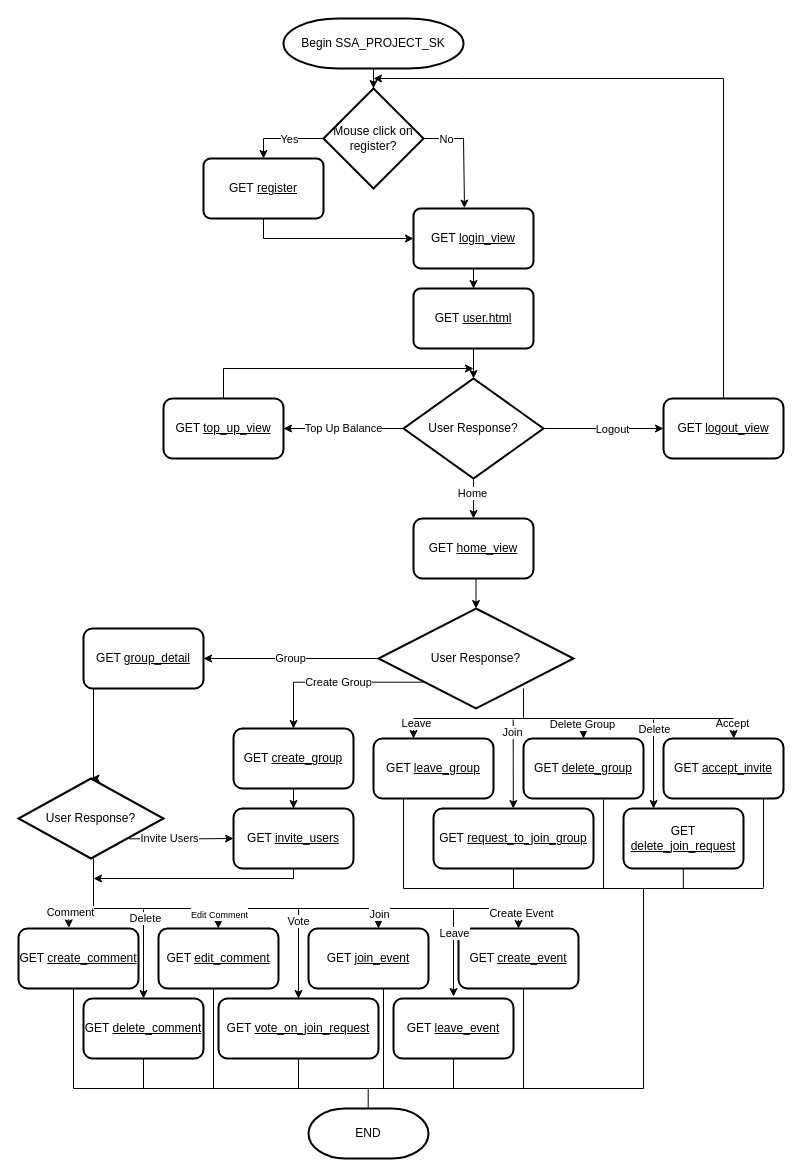
Sk-auser/ssa_project_sk keeps this draw.io diagram as page "Page-3" (3 of 3) of Algorithms.drawio. Above is the earlier version. Source tidied: cells renumbered, new cells numbered last; positions are measured from the earlier drawing's top-left corner, leaving out a move shared by most shapes. Both pictures are drawn from the tidied source at 100%, with x=0, y=0 at pixel (18, 18).
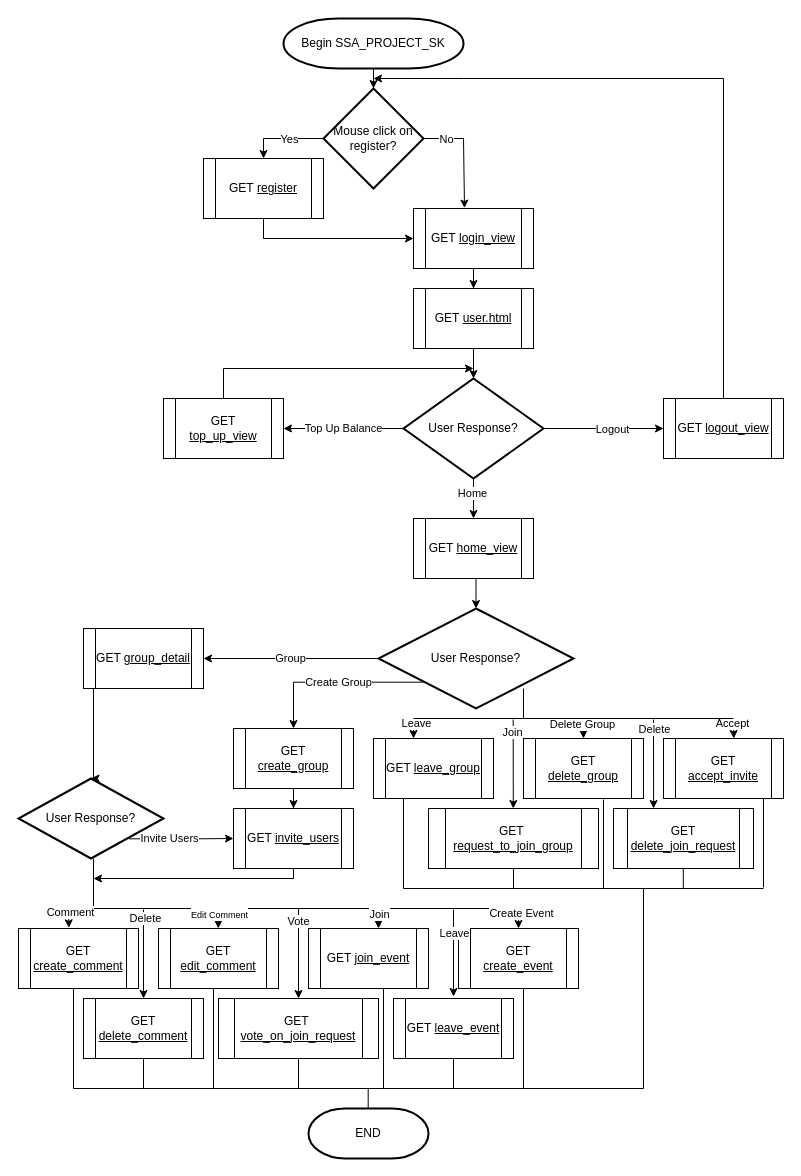
Above is the later version.

Diff of the diagram source:
```diff
@@
-    <mxCell id="7" value="GET&amp;nbsp;&lt;u&gt;register&lt;/u&gt;" style="whiteSpace=wrap;html=1;strokeWidth=2;rounded=1;arcSize=12;" parent="1" vertex="1">
+    <mxCell id="7" value="GET&amp;nbsp;&lt;u&gt;register&lt;/u&gt;" style="shape=process;whiteSpace=wrap;html=1;backgroundOutline=1;" parent="1" vertex="1">
       <mxGeometry x="185" y="140" width="120" height="60" as="geometry" />
     </mxCell>
@@
-    <mxCell id="12" value="GET&amp;nbsp;&lt;u&gt;login_view&lt;/u&gt;" style="whiteSpace=wrap;html=1;strokeWidth=2;rounded=1;arcSize=12;" parent="1" vertex="1">
+    <mxCell id="12" value="GET&amp;nbsp;&lt;u&gt;login_view&lt;/u&gt;" style="shape=process;whiteSpace=wrap;html=1;backgroundOutline=1;" parent="1" vertex="1">
       <mxGeometry x="395" y="190" width="120" height="60" as="geometry" />
     </mxCell>
@@
-    <mxCell id="14" value="GET&amp;nbsp;&lt;u&gt;user.html&lt;/u&gt;" style="whiteSpace=wrap;html=1;strokeWidth=2;rounded=1;arcSize=12;" parent="1" vertex="1">
+    <mxCell id="14" value="GET&amp;nbsp;&lt;u&gt;user.html&lt;/u&gt;" style="shape=process;whiteSpace=wrap;html=1;backgroundOutline=1;" parent="1" vertex="1">
       <mxGeometry x="395" y="270" width="120" height="60" as="geometry" />
     </mxCell>
@@
-    <mxCell id="22" value="GET &lt;u&gt;top_up_view&lt;/u&gt;" style="rounded=1;whiteSpace=wrap;html=1;strokeWidth=2;" parent="1" vertex="1">
+    <mxCell id="22" value="GET &lt;u&gt;top_up_view&lt;/u&gt;" style="shape=process;whiteSpace=wrap;html=1;backgroundOutline=1;" parent="1" vertex="1">
       <mxGeometry x="145" y="380" width="120" height="60" as="geometry" />
     </mxCell>
@@
-    <mxCell id="24" value="GET &lt;u&gt;logout_view&lt;/u&gt;" style="rounded=1;whiteSpace=wrap;html=1;strokeWidth=2;" parent="1" vertex="1">
+    <mxCell id="24" value="GET &lt;u&gt;logout_view&lt;/u&gt;" style="shape=process;whiteSpace=wrap;html=1;backgroundOutline=1;" parent="1" vertex="1">
       <mxGeometry x="645" y="380" width="120" height="60" as="geometry" />
     </mxCell>
-    <mxCell id="25" value="GET &lt;u&gt;home_view&lt;/u&gt;" style="rounded=1;whiteSpace=wrap;html=1;strokeWidth=2;" parent="1" vertex="1">
+    <mxCell id="25" value="GET &lt;u&gt;home_view&lt;/u&gt;" style="shape=process;whiteSpace=wrap;html=1;backgroundOutline=1;" parent="1" vertex="1">
       <mxGeometry x="395" y="500" width="120" height="60" as="geometry" />
     </mxCell>
@@
-    <mxCell id="31" value="GET &lt;u&gt;group_detail&lt;/u&gt;" style="rounded=1;whiteSpace=wrap;html=1;strokeWidth=2;" parent="1" vertex="1">
+    <mxCell id="31" value="GET &lt;u&gt;group_detail&lt;/u&gt;" style="shape=process;whiteSpace=wrap;html=1;backgroundOutline=1;" parent="1" vertex="1">
       <mxGeometry x="65" y="610" width="120" height="60" as="geometry" />
     </mxCell>
@@
-    <mxCell id="33" value="GET &lt;u&gt;create_group&lt;/u&gt;" style="rounded=1;whiteSpace=wrap;html=1;strokeWidth=2;" parent="1" vertex="1">
+    <mxCell id="33" value="GET &lt;u&gt;create_group&lt;/u&gt;" style="shape=process;whiteSpace=wrap;html=1;backgroundOutline=1;" parent="1" vertex="1">
       <mxGeometry x="215" y="710" width="120" height="60" as="geometry" />
     </mxCell>
-    <mxCell id="34" value="GET &lt;u&gt;delete_join_request&lt;/u&gt;" style="rounded=1;whiteSpace=wrap;html=1;strokeWidth=2;" parent="1" vertex="1">
-      <mxGeometry x="605" y="790" width="120" height="60" as="geometry" />
+    <mxCell id="34" value="GET &lt;u&gt;delete_join_request&lt;/u&gt;" style="shape=process;whiteSpace=wrap;html=1;backgroundOutline=1;" parent="1" vertex="1">
+      <mxGeometry x="595" y="790" width="140" height="60" as="geometry" />
     </mxCell>
-    <mxCell id="35" value="GET &lt;u&gt;delete_group&lt;/u&gt;" style="rounded=1;whiteSpace=wrap;html=1;strokeWidth=2;" parent="1" vertex="1">
+    <mxCell id="35" value="GET &lt;u&gt;delete_group&lt;/u&gt;" style="shape=process;whiteSpace=wrap;html=1;backgroundOutline=1;" parent="1" vertex="1">
       <mxGeometry x="505" y="720" width="120" height="60" as="geometry" />
     </mxCell>
-    <mxCell id="36" value="GET &lt;u&gt;leave_group&lt;/u&gt;" style="rounded=1;whiteSpace=wrap;html=1;strokeWidth=2;" parent="1" vertex="1">
+    <mxCell id="36" value="GET &lt;u&gt;leave_group&lt;/u&gt;" style="shape=process;whiteSpace=wrap;html=1;backgroundOutline=1;" parent="1" vertex="1">
       <mxGeometry x="355" y="720" width="120" height="60" as="geometry" />
     </mxCell>
@@
-    <mxCell id="38" value="GET &lt;u&gt;invite_users&lt;/u&gt;" style="whiteSpace=wrap;html=1;rounded=1;strokeWidth=2;" parent="1" vertex="1">
+    <mxCell id="38" value="GET &lt;u&gt;invite_users&lt;/u&gt;" style="shape=process;whiteSpace=wrap;html=1;backgroundOutline=1;" parent="1" vertex="1">
       <mxGeometry x="215" y="790" width="120" height="60" as="geometry" />
     </mxCell>
@@
-    <mxCell id="43" value="GET &lt;u&gt;create_comment&lt;/u&gt;" style="whiteSpace=wrap;html=1;rounded=1;strokeWidth=2;" parent="1" vertex="1">
+    <mxCell id="43" value="GET &lt;u&gt;create_comment&lt;/u&gt;" style="shape=process;whiteSpace=wrap;html=1;backgroundOutline=1;" parent="1" vertex="1">
       <mxGeometry y="910" width="120" height="60" as="geometry" />
     </mxCell>
-    <mxCell id="44" value="GET &lt;u&gt;create_event&lt;/u&gt;" style="whiteSpace=wrap;html=1;rounded=1;strokeWidth=2;" parent="1" vertex="1">
+    <mxCell id="44" value="GET &lt;u&gt;create_event&lt;/u&gt;" style="shape=process;whiteSpace=wrap;html=1;backgroundOutline=1;" parent="1" vertex="1">
       <mxGeometry x="440" y="910" width="120" height="60" as="geometry" />
     </mxCell>
-    <mxCell id="45" value="GET &lt;u&gt;delete_comment&lt;/u&gt;" style="rounded=1;whiteSpace=wrap;html=1;strokeWidth=2;" parent="1" vertex="1">
+    <mxCell id="45" value="GET &lt;u&gt;delete_comment&lt;/u&gt;" style="shape=process;whiteSpace=wrap;html=1;backgroundOutline=1;" parent="1" vertex="1">
       <mxGeometry x="65" y="980" width="120" height="60" as="geometry" />
     </mxCell>
-    <mxCell id="46" value="GET &lt;u&gt;edit_comment&lt;/u&gt;" style="rounded=1;whiteSpace=wrap;html=1;strokeWidth=2;" parent="1" vertex="1">
+    <mxCell id="46" value="GET &lt;u&gt;edit_comment&lt;/u&gt;" style="shape=process;whiteSpace=wrap;html=1;backgroundOutline=1;" parent="1" vertex="1">
       <mxGeometry x="140" y="910" width="120" height="60" as="geometry" />
     </mxCell>
-    <mxCell id="47" value="GET &lt;u&gt;join_event&lt;/u&gt;" style="whiteSpace=wrap;html=1;rounded=1;strokeWidth=2;" parent="1" vertex="1">
+    <mxCell id="47" value="GET &lt;u&gt;join_event&lt;/u&gt;" style="shape=process;whiteSpace=wrap;html=1;backgroundOutline=1;" parent="1" vertex="1">
       <mxGeometry x="290" y="910" width="120" height="60" as="geometry" />
     </mxCell>
-    <mxCell id="48" value="GET &lt;u&gt;leave_event&lt;/u&gt;" style="whiteSpace=wrap;html=1;rounded=1;strokeWidth=2;" parent="1" vertex="1">
+    <mxCell id="48" value="GET &lt;u&gt;leave_event&lt;/u&gt;" style="shape=process;whiteSpace=wrap;html=1;backgroundOutline=1;" parent="1" vertex="1">
       <mxGeometry x="375" y="980" width="120" height="60" as="geometry" />
     </mxCell>
@@
-    <mxCell id="63" value="GET&amp;nbsp;&lt;span style=&quot;background-color: initial;&quot;&gt;&lt;u&gt;vote_on_join_request&lt;/u&gt;&lt;/span&gt;" style="rounded=1;whiteSpace=wrap;html=1;strokeWidth=2;" parent="1" vertex="1">
+    <mxCell id="63" value="GET&amp;nbsp;&lt;div&gt;&lt;span style=&quot;background-color: initial;&quot;&gt;&lt;u&gt;vote_on_join_request&lt;/u&gt;&lt;/span&gt;&lt;/div&gt;" style="shape=process;whiteSpace=wrap;html=1;backgroundOutline=1;" parent="1" vertex="1">
       <mxGeometry x="200" y="980" width="160" height="60" as="geometry" />
     </mxCell>
-    <mxCell id="64" value="GET&amp;nbsp;&lt;span style=&quot;background-color: initial;&quot;&gt;&lt;u&gt;request_to_join_group&lt;/u&gt;&lt;/span&gt;" style="rounded=1;whiteSpace=wrap;html=1;strokeWidth=2;" parent="1" vertex="1">
-      <mxGeometry x="415" y="790" width="160" height="60" as="geometry" />
+    <mxCell id="64" value="GET&amp;nbsp;&lt;div&gt;&lt;span style=&quot;background-color: initial;&quot;&gt;&lt;u&gt;request_to_join_group&lt;/u&gt;&lt;/span&gt;&lt;/div&gt;" style="shape=process;whiteSpace=wrap;html=1;backgroundOutline=1;" parent="1" vertex="1">
+      <mxGeometry x="410" y="790" width="170" height="60" as="geometry" />
     </mxCell>
-    <mxCell id="65" value="GET &lt;u&gt;accept_invite&lt;/u&gt;" style="rounded=1;whiteSpace=wrap;html=1;strokeWidth=2;" parent="1" vertex="1">
+    <mxCell id="65" value="GET &lt;u&gt;accept_invite&lt;/u&gt;" style="shape=process;whiteSpace=wrap;html=1;backgroundOutline=1;" parent="1" vertex="1">
       <mxGeometry x="645" y="720" width="120" height="60" as="geometry" />
     </mxCell>
```
